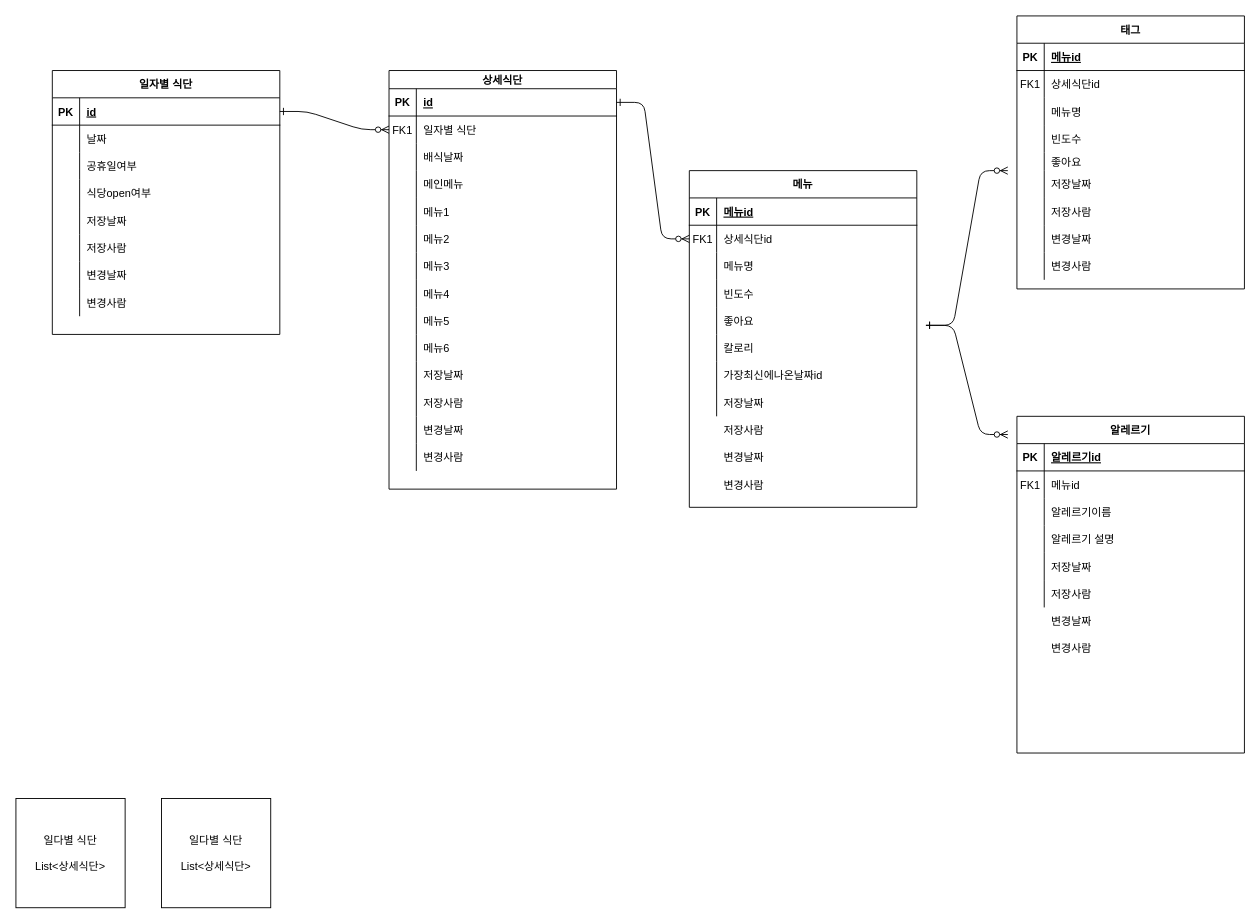
The draw.io diagram 제목 없는 다이어그램.drawio in meoku/MeokuDB-Schema, before the edit. Source tidied: cells renumbered, new cells numbered last; positions are measured from the earlier drawing's top-left corner, leaving out a move shared by most shapes. Both pictures are drawn from the tidied source at 91%, with x=0, y=0 at pixel (15, 15).
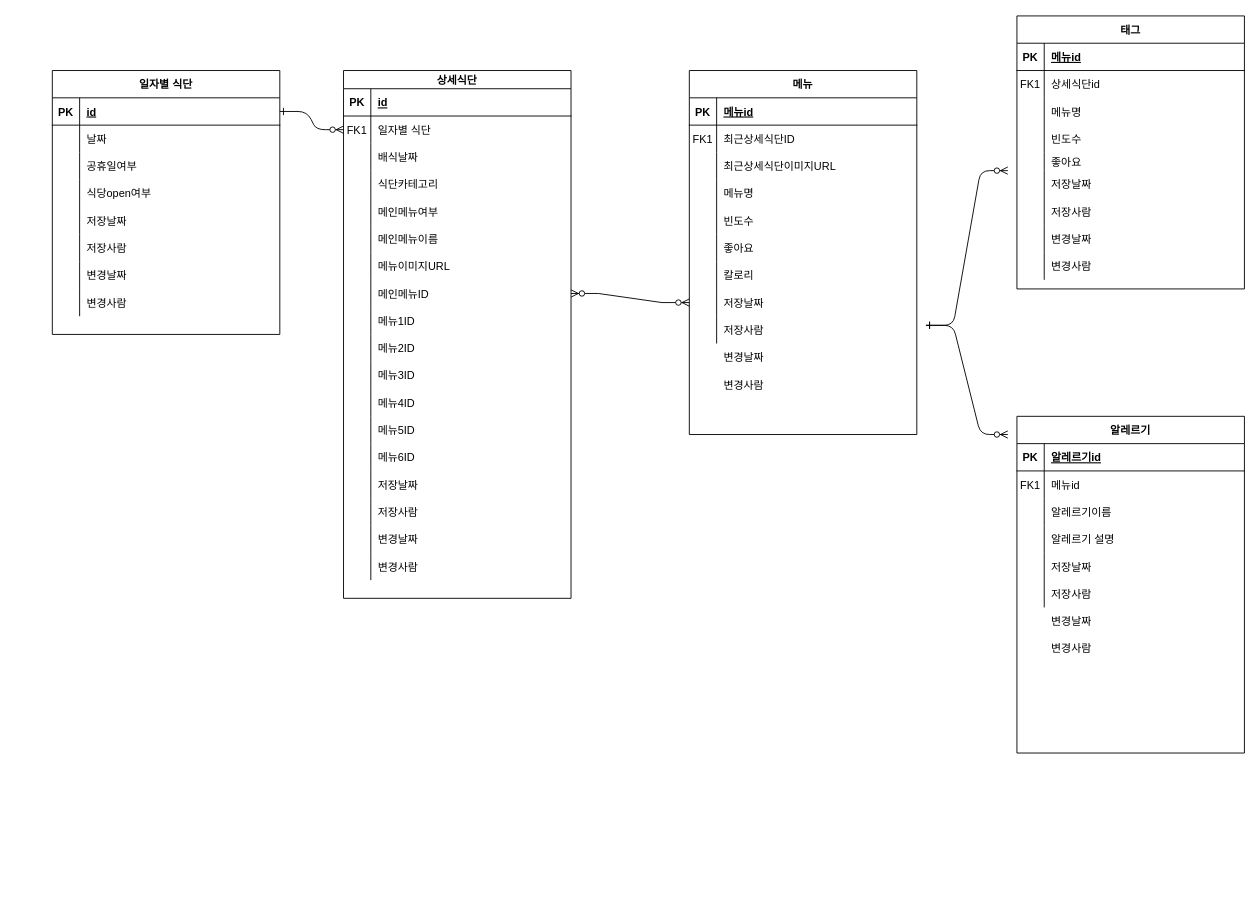
The same diagram, later.

Commit message:
MEOKU_MENU_DETAIL 수정

Unchanged cells that the change refers to:
```xml
<mxCell id="5" style="shape=partialRectangle;fillColor=none;points=[[0,0.5],[1,0.5]];portConstraint=eastwest;top=0;left=0;right=0;bottom=1;" parent="4" vertex="1">
  <mxGeometry y="20" width="250" height="30" as="geometry" />
</mxCell>
```

What changed in the source:
```diff
@@
-    <mxCell id="3" style="edgeStyle=entityRelationEdgeStyle;endArrow=ERzeroToMany;startArrow=ERone;endFill=1;startFill=0;" parent="1" edge="1" source="5" target="51">
-      <mxGeometry relative="1" as="geometry" />
-    </mxCell>
     <mxCell id="4" value="상세식단" style="shape=table;startSize=20;childLayout=tableLayout;rowLines=0;fontStyle=1;align=center;" parent="1" vertex="1">
-      <mxGeometry x="410" y="60" width="250" height="460" as="geometry" />
+      <mxGeometry x="360" y="60" width="250" height="580" as="geometry" />
     </mxCell>
@@
+    <mxCell id="157" style="shape=partialRectangle;fillColor=none;top=0;left=0;right=0;bottom=0;" parent="4" vertex="1">
+      <mxGeometry y="110" width="250" height="30" as="geometry" />
+    </mxCell>
+    <mxCell id="158" style="shape=partialRectangle;overflow=hidden;fillColor=none;top=0;left=0;bottom=0;right=0;" parent="157" vertex="1">
+      <mxGeometry width="30" height="30" as="geometry" />
+    </mxCell>
+    <mxCell id="159" value="식단카테고리" style="shape=partialRectangle;overflow=hidden;fillColor=none;top=0;left=0;bottom=0;right=0;align=left;spacingLeft=6;" parent="157" vertex="1">
+      <mxGeometry x="30" width="220" height="30" as="geometry" />
+    </mxCell>
+    <mxCell id="160" style="shape=partialRectangle;fillColor=none;top=0;left=0;right=0;bottom=0;" parent="4" vertex="1">
+      <mxGeometry y="140" width="250" height="30" as="geometry" />
+    </mxCell>
+    <mxCell id="161" style="shape=partialRectangle;overflow=hidden;fillColor=none;top=0;left=0;bottom=0;right=0;" parent="160" vertex="1">
+      <mxGeometry width="30" height="30" as="geometry" />
+    </mxCell>
+    <mxCell id="162" value="메인메뉴여부" style="shape=partialRectangle;overflow=hidden;fillColor=none;top=0;left=0;bottom=0;right=0;align=left;spacingLeft=6;" parent="160" vertex="1">
+      <mxGeometry x="30" width="220" height="30" as="geometry" />
+    </mxCell>
+    <mxCell id="163" style="shape=partialRectangle;fillColor=none;top=0;left=0;right=0;bottom=0;" parent="4" vertex="1">
+      <mxGeometry y="170" width="250" height="30" as="geometry" />
+    </mxCell>
+    <mxCell id="164" style="shape=partialRectangle;overflow=hidden;fillColor=none;top=0;left=0;bottom=0;right=0;" parent="163" vertex="1">
+      <mxGeometry width="30" height="30" as="geometry" />
+    </mxCell>
+    <mxCell id="165" value="메인메뉴이름" style="shape=partialRectangle;overflow=hidden;fillColor=none;top=0;left=0;bottom=0;right=0;align=left;spacingLeft=6;" parent="163" vertex="1">
+      <mxGeometry x="30" width="220" height="30" as="geometry" />
+    </mxCell>
+    <mxCell id="166" style="shape=partialRectangle;fillColor=none;top=0;left=0;right=0;bottom=0;" parent="4" vertex="1">
+      <mxGeometry y="200" width="250" height="30" as="geometry" />
+    </mxCell>
+    <mxCell id="167" style="shape=partialRectangle;overflow=hidden;fillColor=none;top=0;left=0;bottom=0;right=0;" parent="166" vertex="1">
+      <mxGeometry width="30" height="30" as="geometry" />
+    </mxCell>
+    <mxCell id="168" value="메뉴이미지URL" style="shape=partialRectangle;overflow=hidden;fillColor=none;top=0;left=0;bottom=0;right=0;align=left;spacingLeft=6;" parent="166" vertex="1">
+      <mxGeometry x="30" width="220" height="30" as="geometry" />
+    </mxCell>
     <mxCell id="14" style="shape=partialRectangle;fillColor=none;points=[[0,0.5],[1,0.5]];portConstraint=eastwest;top=0;left=0;right=0;bottom=0;" parent="4" vertex="1">
-      <mxGeometry y="110" width="250" height="30" as="geometry" />
+      <mxGeometry y="230" width="250" height="30" as="geometry" />
     </mxCell>
@@
-    <mxCell id="16" value="메인메뉴" style="shape=partialRectangle;overflow=hidden;fillColor=none;top=0;left=0;bottom=0;right=0;align=left;spacingLeft=6;" parent="14" vertex="1">
+    <mxCell id="16" value="메인메뉴ID" style="shape=partialRectangle;overflow=hidden;fillColor=none;top=0;left=0;bottom=0;right=0;align=left;spacingLeft=6;" parent="14" vertex="1">
       <mxGeometry x="30" width="220" height="30" as="geometry" />
     </mxCell>
     <mxCell id="17" style="shape=partialRectangle;fillColor=none;top=0;left=0;right=0;bottom=0;" parent="4" vertex="1">
-      <mxGeometry y="140" width="250" height="30" as="geometry" />
+      <mxGeometry y="260" width="250" height="30" as="geometry" />
     </mxCell>
@@
-    <mxCell id="19" value="메뉴1" style="shape=partialRectangle;overflow=hidden;fillColor=none;top=0;left=0;bottom=0;right=0;align=left;spacingLeft=6;" parent="17" vertex="1">
+    <mxCell id="19" value="메뉴1ID" style="shape=partialRectangle;overflow=hidden;fillColor=none;top=0;left=0;bottom=0;right=0;align=left;spacingLeft=6;" parent="17" vertex="1">
       <mxGeometry x="30" width="220" height="30" as="geometry" />
     </mxCell>
     <mxCell id="20" style="shape=partialRectangle;fillColor=none;top=0;left=0;right=0;bottom=0;" parent="4" vertex="1">
-      <mxGeometry y="170" width="250" height="30" as="geometry" />
+      <mxGeometry y="290" width="250" height="30" as="geometry" />
     </mxCell>
@@
-    <mxCell id="22" value="메뉴2" style="shape=partialRectangle;overflow=hidden;fillColor=none;top=0;left=0;bottom=0;right=0;align=left;spacingLeft=6;" parent="20" vertex="1">
+    <mxCell id="22" value="메뉴2ID" style="shape=partialRectangle;overflow=hidden;fillColor=none;top=0;left=0;bottom=0;right=0;align=left;spacingLeft=6;" parent="20" vertex="1">
       <mxGeometry x="30" width="220" height="30" as="geometry" />
     </mxCell>
     <mxCell id="23" style="shape=partialRectangle;fillColor=none;top=0;left=0;right=0;bottom=0;" parent="4" vertex="1">
-      <mxGeometry y="200" width="250" height="30" as="geometry" />
+      <mxGeometry y="320" width="250" height="30" as="geometry" />
     </mxCell>
@@
-    <mxCell id="25" value="메뉴3" style="shape=partialRectangle;overflow=hidden;fillColor=none;top=0;left=0;bottom=0;right=0;align=left;spacingLeft=6;" parent="23" vertex="1">
+    <mxCell id="25" value="메뉴3ID" style="shape=partialRectangle;overflow=hidden;fillColor=none;top=0;left=0;bottom=0;right=0;align=left;spacingLeft=6;" parent="23" vertex="1">
       <mxGeometry x="30" width="220" height="30" as="geometry" />
     </mxCell>
     <mxCell id="26" style="shape=partialRectangle;fillColor=none;top=0;left=0;right=0;bottom=0;" parent="4" vertex="1">
-      <mxGeometry y="230" width="250" height="30" as="geometry" />
+      <mxGeometry y="350" width="250" height="30" as="geometry" />
     </mxCell>
@@
-    <mxCell id="28" value="메뉴4" style="shape=partialRectangle;overflow=hidden;fillColor=none;top=0;left=0;bottom=0;right=0;align=left;spacingLeft=6;" parent="26" vertex="1">
+    <mxCell id="28" value="메뉴4ID" style="shape=partialRectangle;overflow=hidden;fillColor=none;top=0;left=0;bottom=0;right=0;align=left;spacingLeft=6;" parent="26" vertex="1">
       <mxGeometry x="30" width="220" height="30" as="geometry" />
     </mxCell>
     <mxCell id="29" style="shape=partialRectangle;fillColor=none;top=0;left=0;right=0;bottom=0;" parent="4" vertex="1">
-      <mxGeometry y="260" width="250" height="30" as="geometry" />
+      <mxGeometry y="380" width="250" height="30" as="geometry" />
     </mxCell>
@@
-    <mxCell id="31" value="메뉴5" style="shape=partialRectangle;overflow=hidden;fillColor=none;top=0;left=0;bottom=0;right=0;align=left;spacingLeft=6;" parent="29" vertex="1">
+    <mxCell id="31" value="메뉴5ID" style="shape=partialRectangle;overflow=hidden;fillColor=none;top=0;left=0;bottom=0;right=0;align=left;spacingLeft=6;" parent="29" vertex="1">
       <mxGeometry x="30" width="220" height="30" as="geometry" />
     </mxCell>
     <mxCell id="32" style="shape=partialRectangle;fillColor=none;top=0;left=0;right=0;bottom=0;" parent="4" vertex="1">
-      <mxGeometry y="290" width="250" height="30" as="geometry" />
+      <mxGeometry y="410" width="250" height="30" as="geometry" />
     </mxCell>
@@
-    <mxCell id="34" value="메뉴6" style="shape=partialRectangle;overflow=hidden;fillColor=none;top=0;left=0;bottom=0;right=0;align=left;spacingLeft=6;" parent="32" vertex="1">
+    <mxCell id="34" value="메뉴6ID" style="shape=partialRectangle;overflow=hidden;fillColor=none;top=0;left=0;bottom=0;right=0;align=left;spacingLeft=6;" parent="32" vertex="1">
       <mxGeometry x="30" width="220" height="30" as="geometry" />
     </mxCell>
     <mxCell id="35" style="shape=partialRectangle;fillColor=none;top=0;left=0;right=0;bottom=0;" parent="4" vertex="1">
-      <mxGeometry y="320" width="250" height="30" as="geometry" />
+      <mxGeometry y="440" width="250" height="30" as="geometry" />
     </mxCell>
@@
     <mxCell id="38" style="shape=partialRectangle;fillColor=none;top=0;left=0;right=0;bottom=0;" parent="4" vertex="1">
-      <mxGeometry y="350" width="250" height="30" as="geometry" />
+      <mxGeometry y="470" width="250" height="30" as="geometry" />
     </mxCell>
@@
     <mxCell id="41" style="shape=partialRectangle;fillColor=none;top=0;left=0;right=0;bottom=0;" parent="4" vertex="1">
-      <mxGeometry y="380" width="250" height="30" as="geometry" />
+      <mxGeometry y="500" width="250" height="30" as="geometry" />
     </mxCell>
@@
     <mxCell id="44" style="shape=partialRectangle;fillColor=none;top=0;left=0;right=0;bottom=0;" parent="4" vertex="1">
-      <mxGeometry y="410" width="250" height="30" as="geometry" />
+      <mxGeometry y="530" width="250" height="30" as="geometry" />
     </mxCell>
@@
     <mxCell id="47" value="메뉴" style="shape=table;startSize=30;childLayout=tableLayout;rowLines=0;fontStyle=1;align=center;" parent="1" vertex="1">
-      <mxGeometry x="740" y="170" width="250" height="370" as="geometry" />
+      <mxGeometry x="740" y="60" width="250" height="400" as="geometry" />
     </mxCell>
@@
+    <mxCell id="169" style="shape=partialRectangle;fillColor=none;top=0;left=0;right=0;bottom=0;" parent="47" vertex="1">
+      <mxGeometry y="60" width="250" height="30" as="geometry" />
+    </mxCell>
+    <mxCell id="170" value="FK1" style="shape=partialRectangle;overflow=hidden;fillColor=none;top=0;left=0;bottom=0;right=0;" parent="169" vertex="1">
+      <mxGeometry width="30" height="30" as="geometry" />
+    </mxCell>
+    <mxCell id="171" value="최근상세식단ID" style="shape=partialRectangle;overflow=hidden;fillColor=none;top=0;left=0;bottom=0;right=0;align=left;spacingLeft=6;" parent="169" vertex="1">
+      <mxGeometry x="30" width="220" height="30" as="geometry" />
+    </mxCell>
     <mxCell id="51" style="shape=partialRectangle;fillColor=none;points=[[0,0.5],[1,0.5]];portConstraint=eastwest;top=0;left=0;right=0;bottom=0;" parent="47" vertex="1">
-      <mxGeometry y="60" width="250" height="30" as="geometry" />
+      <mxGeometry y="90" width="250" height="30" as="geometry" />
     </mxCell>
-    <mxCell id="52" value="FK1" style="shape=partialRectangle;overflow=hidden;fillColor=none;top=0;left=0;bottom=0;right=0;" parent="51" vertex="1">
+    <mxCell id="52" style="shape=partialRectangle;overflow=hidden;fillColor=none;top=0;left=0;bottom=0;right=0;" parent="51" vertex="1">
       <mxGeometry width="30" height="30" as="geometry" />
     </mxCell>
-    <mxCell id="53" value="상세식단id" style="shape=partialRectangle;overflow=hidden;fillColor=none;top=0;left=0;bottom=0;right=0;align=left;spacingLeft=6;" parent="51" vertex="1">
+    <mxCell id="53" value="최근상세식단이미지URL" style="shape=partialRectangle;overflow=hidden;fillColor=none;top=0;left=0;bottom=0;right=0;align=left;spacingLeft=6;" parent="51" vertex="1">
       <mxGeometry x="30" width="220" height="30" as="geometry" />
     </mxCell>
     <mxCell id="54" style="shape=partialRectangle;fillColor=none;top=0;left=0;right=0;bottom=0;" parent="47" vertex="1">
-      <mxGeometry y="90" width="250" height="30" as="geometry" />
+      <mxGeometry y="120" width="250" height="30" as="geometry" />
     </mxCell>
@@
     <mxCell id="57" style="shape=partialRectangle;fillColor=none;top=0;left=0;right=0;bottom=0;" parent="47" vertex="1">
-      <mxGeometry y="120" width="250" height="30" as="geometry" />
+      <mxGeometry y="150" width="250" height="30" as="geometry" />
     </mxCell>
@@
     <mxCell id="60" style="shape=partialRectangle;fillColor=none;top=0;left=0;right=0;bottom=0;" parent="47" vertex="1">
-      <mxGeometry y="150" width="250" height="30" as="geometry" />
+      <mxGeometry y="180" width="250" height="30" as="geometry" />
     </mxCell>
@@
     <mxCell id="63" style="shape=partialRectangle;fillColor=none;top=0;left=0;right=0;bottom=0;" parent="47" vertex="1">
-      <mxGeometry y="180" width="250" height="30" as="geometry" />
+      <mxGeometry y="210" width="250" height="30" as="geometry" />
     </mxCell>
@@
     <mxCell id="66" style="shape=partialRectangle;fillColor=none;points=[[0,0.5],[1,0.5]];portConstraint=eastwest;top=0;left=0;right=0;bottom=0;" parent="47" vertex="1">
-      <mxGeometry y="210" width="250" height="30" as="geometry" />
+      <mxGeometry y="240" width="250" height="30" as="geometry" />
     </mxCell>
@@
     <mxCell id="69" style="shape=partialRectangle;fillColor=none;top=0;left=0;right=0;bottom=0;" parent="47" vertex="1">
-      <mxGeometry y="240" width="250" height="30" as="geometry" />
+      <mxGeometry y="270" width="250" height="30" as="geometry" />
     </mxCell>
@@
     <mxCell id="144" value="저장날짜" style="shape=partialRectangle;overflow=hidden;fillColor=none;top=0;left=0;bottom=0;right=0;align=left;spacingLeft=6;" parent="1" vertex="1">
-      <mxGeometry x="770" y="410" width="220" height="30" as="geometry" />
+      <mxGeometry x="770" y="300" width="220" height="30" as="geometry" />
     </mxCell>
     <mxCell id="145" value="저장사람" style="shape=partialRectangle;overflow=hidden;fillColor=none;top=0;left=0;bottom=0;right=0;align=left;spacingLeft=6;" parent="1" vertex="1">
-      <mxGeometry x="770" y="440" width="220" height="30" as="geometry" />
+      <mxGeometry x="770" y="330" width="220" height="30" as="geometry" />
     </mxCell>
     <mxCell id="146" value="변경날짜" style="shape=partialRectangle;overflow=hidden;fillColor=none;top=0;left=0;bottom=0;right=0;align=left;spacingLeft=6;" parent="1" vertex="1">
-      <mxGeometry x="770" y="470" width="220" height="30" as="geometry" />
+      <mxGeometry x="770" y="360" width="220" height="30" as="geometry" />
     </mxCell>
     <mxCell id="147" value="변경사람" style="shape=partialRectangle;overflow=hidden;fillColor=none;top=0;left=0;bottom=0;right=0;align=left;spacingLeft=6;" parent="1" vertex="1">
-      <mxGeometry x="770" y="500" width="220" height="30" as="geometry" />
+      <mxGeometry x="770" y="390" width="220" height="30" as="geometry" />
     </mxCell>
@@
-    <mxCell id="150" value="일다별 식단&lt;br&gt;&lt;br&gt;List&amp;lt;상세식단&amp;gt;" style="whiteSpace=wrap;html=1;" parent="1" vertex="1">
-      <mxGeometry y="860" width="120" height="120" as="geometry" />
-    </mxCell>
-    <mxCell id="151" value="일다별 식단&lt;br&gt;&lt;br&gt;List&amp;lt;상세식단&amp;gt;" style="whiteSpace=wrap;html=1;" parent="1" vertex="1">
-      <mxGeometry x="160" y="860" width="120" height="120" as="geometry" />
-    </mxCell>
-    <mxCell id="152" value="가장최신에나온날짜id " style="shape=partialRectangle;overflow=hidden;fillColor=none;top=0;left=0;bottom=0;right=0;align=left;spacingLeft=6;" parent="1" vertex="1">
-      <mxGeometry x="770" y="380" width="220" height="30" as="geometry" />
-    </mxCell>
@@
+    <mxCell id="172" style="edgeStyle=entityRelationEdgeStyle;fontSize=12;html=1;endArrow=ERzeroToMany;endFill=1;startArrow=ERzeroToMany;rounded=0;entryX=1;entryY=0.5;entryDx=0;entryDy=0;exitX=0;exitY=0.5;exitDx=0;exitDy=0;" parent="1" edge="1" source="66" target="14">
+      <mxGeometry relative="1" as="geometry">
+        <Array as="points">
+          <mxPoint x="708" y="531.3" />
+        </Array>
+      </mxGeometry>
+    </mxCell>
```
